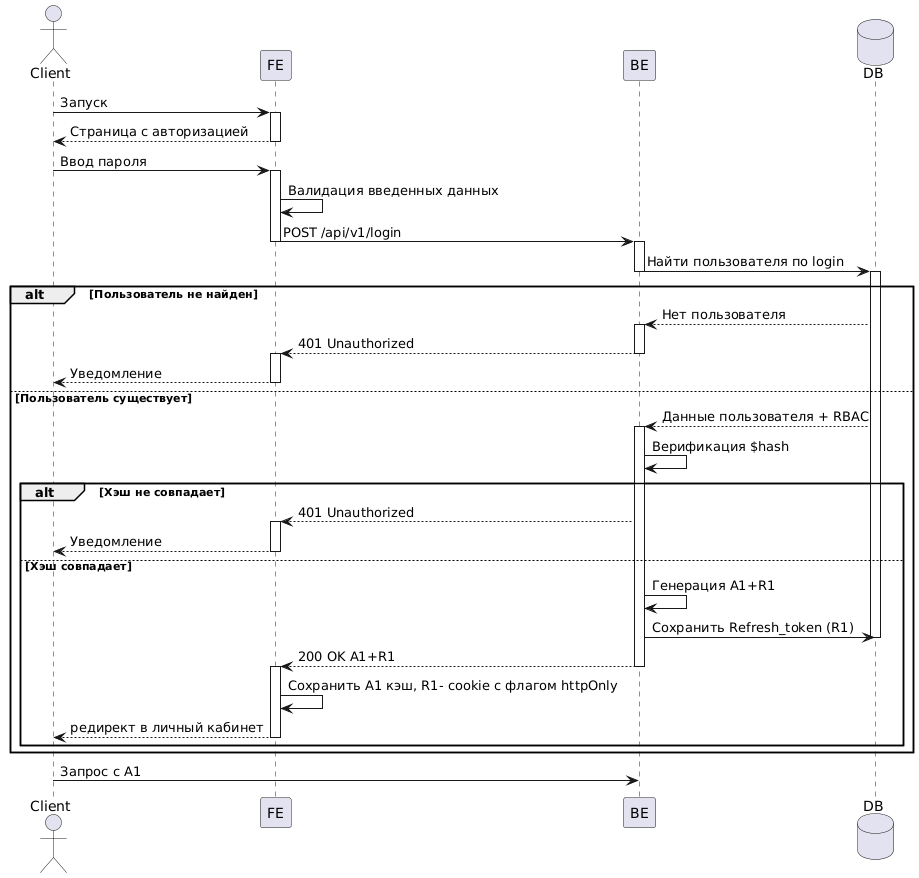
This is diagrams/uml/sequence/course-marketplace-auth-sequence.png from reshetovsn/system-analyst-portfolio, a PlantUML export, as it was before one commit. The source it was exported from:
```plantuml
@startuml
actor Client
participant FE
participant BE
database DB

Client -> FE ++: Запуск
FE --> Client --: Страница с авторизацией
Client -> FE ++: Ввод пароля
FE -> FE: Валидация введенных данных
FE -> BE --++: POST /api/v1/login
BE -> DB --++: Найти пользователя по login

alt Пользователь не найден
DB --> BE ++: Нет пользователя
BE --> FE --++: 401 Unauthorized
FE --> Client --: Уведомление
else Пользователь существует
DB --> BE ++: Данные пользователя + RBAC
BE -> BE: Верификация $hash
  alt Хэш не совпадает
  BE --> FE++: 401 Unauthorized
  FE --> Client--: Уведомление
  else Хэш совпадает
  BE -> BE: Генерация A1+R1
  BE -> DB: Сохранить Refresh_token (R1)
  deactivate DB
  BE --> FE --++: 200 OK A1+R1
  FE -> FE: Сохранить A1 кэш, R1- cookie с флагом httpOnly
  FE --> Client --: редирект в личный кабинет
  end
end
Client -> BE: Запрос с A1
@enduml
```
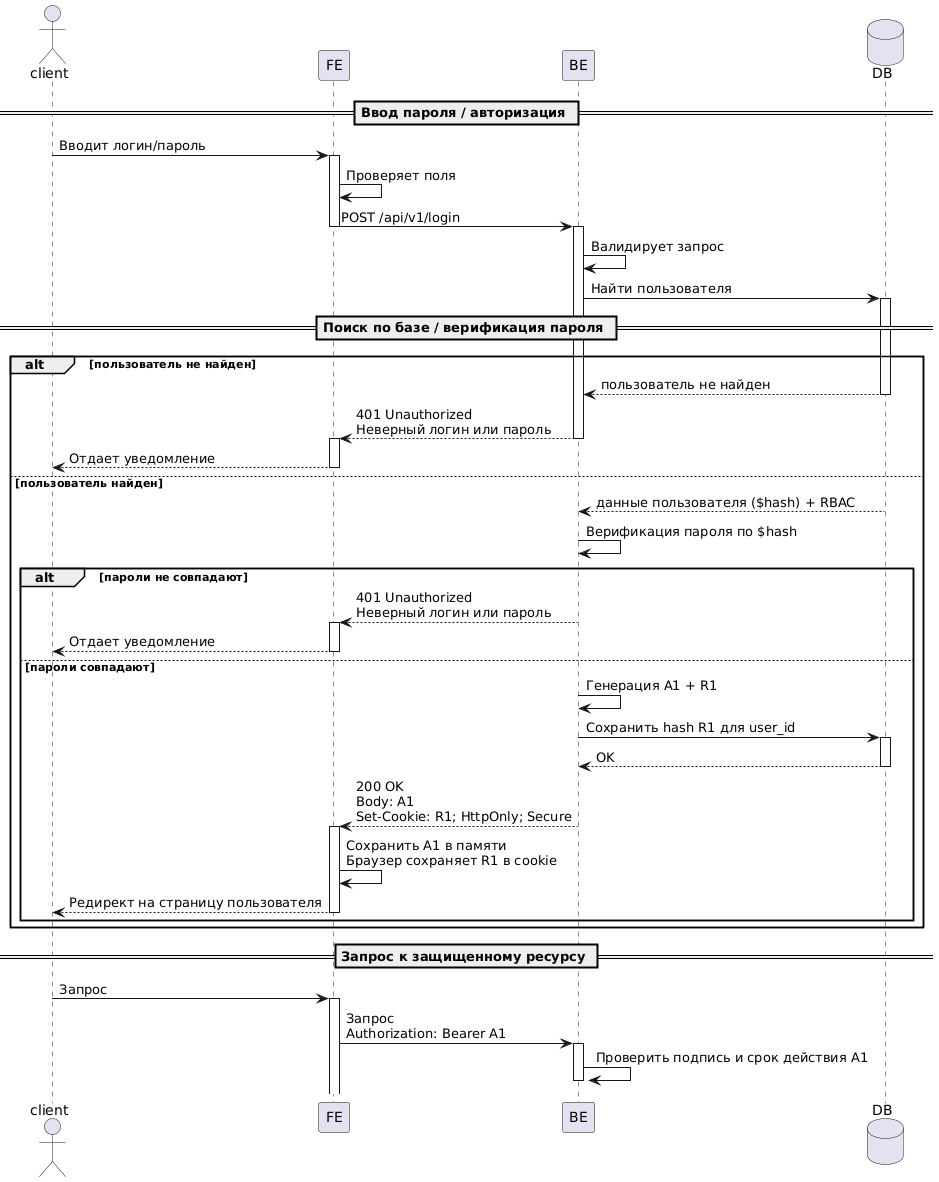
After the commit.

Commit message:
docs: update auth sequence diagram

What changed in the source:
```diff
@@ -1,34 +1,39 @@
 @startuml
-actor Client
+actor client
 participant FE
 participant BE
 database DB
 
-Client -> FE ++: Запуск
-FE --> Client --: Страница с авторизацией
-Client -> FE ++: Ввод пароля
-FE -> FE: Валидация введенных данных
-FE -> BE --++: POST /api/v1/login
-BE -> DB --++: Найти пользователя по login
+== Ввод пароля / авторизация ==
+client -> FE ++ : Вводит логин/пароль
+FE -> FE : Проверяет поля
+FE -> BE --++ : POST /api/v1/login
+BE -> BE : Валидирует запрос
+BE -> DB ++ : Найти пользователя
 
-alt Пользователь не найден
-DB --> BE ++: Нет пользователя
-BE --> FE --++: 401 Unauthorized
-FE --> Client --: Уведомление
-else Пользователь существует
-DB --> BE ++: Данные пользователя + RBAC
-BE -> BE: Верификация $hash
-  alt Хэш не совпадает
-  BE --> FE++: 401 Unauthorized
-  FE --> Client--: Уведомление
-  else Хэш совпадает
-  BE -> BE: Генерация A1+R1
-  BE -> DB: Сохранить Refresh_token (R1)
-  deactivate DB
-  BE --> FE --++: 200 OK A1+R1
-  FE -> FE: Сохранить A1 кэш, R1- cookie с флагом httpOnly
-  FE --> Client --: редирект в личный кабинет
-  end
+== Поиск по базе / верификация пароля ==
+alt пользователь не найден
+DB --> BE -- : пользователь не найден
+BE --> FE --++ : 401 Unauthorized\nНеверный логин или пароль
+FE --> client -- : Отдает уведомление
+else пользователь найден
+DB --> BE -- : данные пользователя ($hash) + RBAC
+BE -> BE : Верификация пароля по $hash
+alt пароли не совпадают
+BE --> FE --++ : 401 Unauthorized\nНеверный логин или пароль
+FE --> client -- : Отдает уведомление
+else пароли совпадают
+BE -> BE : Генерация A1 + R1
+BE -> DB ++ : Сохранить hash R1 для user_id
+DB --> BE -- : OK
+BE --> FE --++ : 200 OK\nBody: A1\nSet-Cookie: R1; HttpOnly; Secure
+FE -> FE : Сохранить A1 в памяти\nБраузер сохраняет R1 в cookie
+FE --> client -- : Редирект на страницу пользователя
 end
-Client -> BE: Запрос с A1
+end
+
+== Запрос к защищенному ресурсу ==
+client -> FE ++ : Запрос
+FE -> BE ++ : Запрос\nAuthorization: Bearer A1
+BE -> BE ++: Проверить подпись и срок действия A1
 @enduml
```
